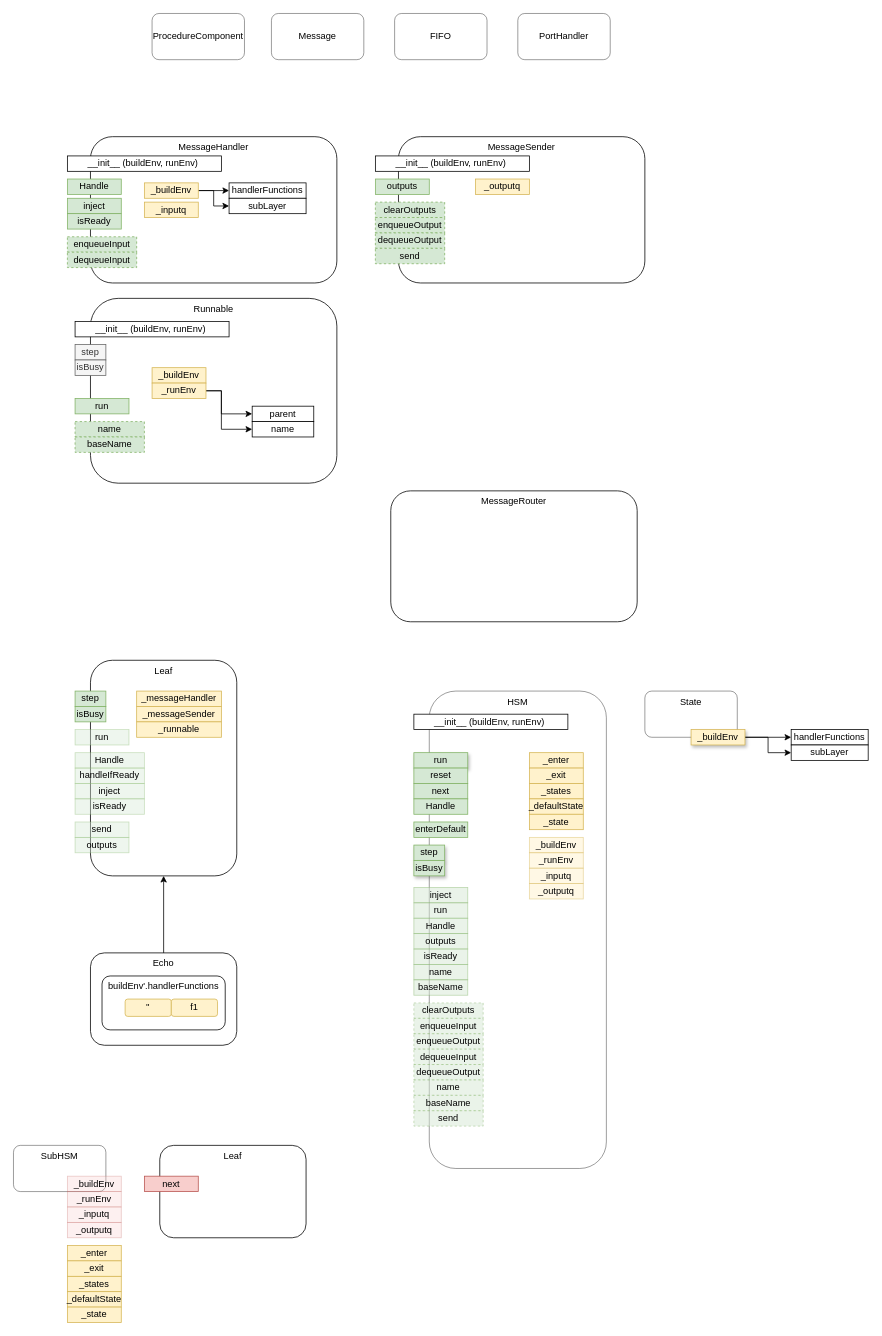
Earlier version of the draw.io diagram asc.drawio (guitarvydas/asc3). Source tidied: cells renumbered, new cells numbered last; positions are measured from the earlier drawing's top-left corner, leaving out a move shared by most shapes. Both pictures are drawn from the tidied source at 77%, with x=0, y=0 at pixel (13, 13).
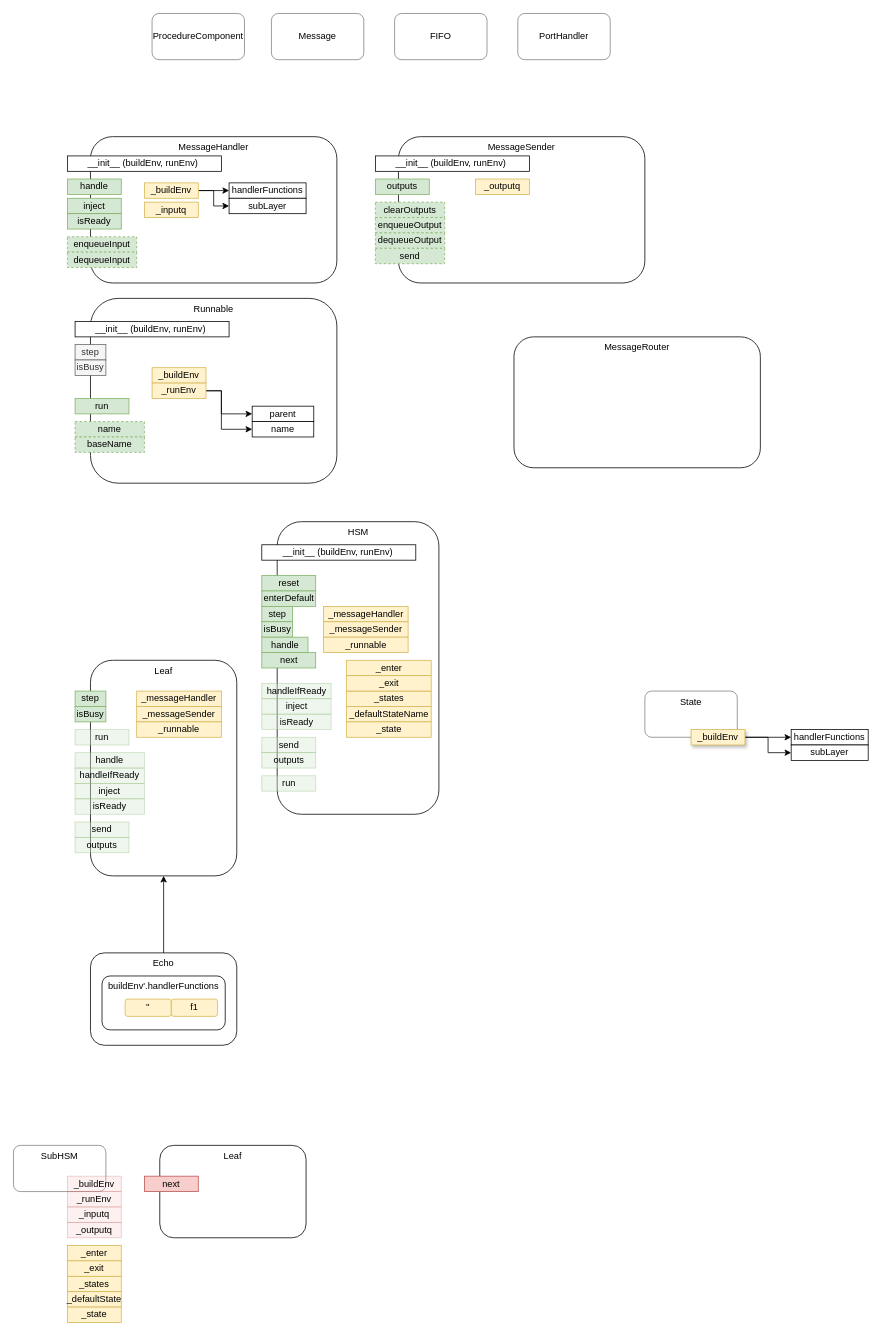
The same page after the edit.

Commit message (it also covers changes not shown here):
lower-case handle

Change to the diagram source:
```diff
@@
+    <mxCell id="35" value="HSM" style="rounded=1;whiteSpace=wrap;html=1;verticalAlign=top;" parent="1" vertex="1">
+      <mxGeometry x="342.5" y="660" width="210" height="380" as="geometry" />
+    </mxCell>
@@
-    <mxCell id="11" value="Handle" style="rounded=0;whiteSpace=wrap;html=1;verticalAlign=middle;align=center;fillColor=#d5e8d4;strokeColor=#82b366;" parent="1" vertex="1">
+    <mxCell id="11" value="handle" style="rounded=0;whiteSpace=wrap;html=1;verticalAlign=middle;align=center;fillColor=#d5e8d4;strokeColor=#82b366;" parent="1" vertex="1">
       <mxGeometry x="70" y="215" width="70" height="20" as="geometry" />
     </mxCell>
@@
-    <mxCell id="35" value="HSM" style="rounded=1;whiteSpace=wrap;html=1;opacity=50;align=center;verticalAlign=top;" parent="1" vertex="1">
-      <mxGeometry x="540" y="880" width="230" height="620" as="geometry" />
-    </mxCell>
@@
     <mxCell id="39" value="__init__ (buildEnv, runEnv)&amp;nbsp;" style="rounded=0;whiteSpace=wrap;html=1;verticalAlign=middle;align=center;" parent="1" vertex="1">
-      <mxGeometry x="520" y="910" width="200" height="20" as="geometry" />
+      <mxGeometry x="322.5" y="690" width="200" height="20" as="geometry" />
     </mxCell>
@@
     <mxCell id="42" value="_states" style="rounded=0;whiteSpace=wrap;html=1;verticalAlign=middle;align=center;fillColor=#fff2cc;strokeColor=#d6b656;" parent="1" vertex="1">
-      <mxGeometry x="670" y="1000" width="70" height="20" as="geometry" />
+      <mxGeometry x="432.5" y="880" width="110" height="20" as="geometry" />
     </mxCell>
-    <mxCell id="43" value="_defaultState" style="rounded=0;whiteSpace=wrap;html=1;verticalAlign=middle;align=center;fillColor=#fff2cc;strokeColor=#d6b656;" parent="1" vertex="1">
-      <mxGeometry x="670" y="1020" width="70" height="20" as="geometry" />
+    <mxCell id="43" value="_defaultStateName" style="rounded=0;whiteSpace=wrap;html=1;verticalAlign=middle;align=center;fillColor=#fff2cc;strokeColor=#d6b656;" parent="1" vertex="1">
+      <mxGeometry x="432.5" y="900" width="110" height="20" as="geometry" />
     </mxCell>
     <mxCell id="44" value="_state" style="rounded=0;whiteSpace=wrap;html=1;verticalAlign=middle;align=center;fillColor=#fff2cc;strokeColor=#d6b656;" parent="1" vertex="1">
-      <mxGeometry x="670" y="1040" width="70" height="20" as="geometry" />
+      <mxGeometry x="432.5" y="920" width="110" height="20" as="geometry" />
     </mxCell>
     <mxCell id="45" value="_enter" style="rounded=0;whiteSpace=wrap;html=1;verticalAlign=middle;align=center;fillColor=#fff2cc;strokeColor=#d6b656;" parent="1" vertex="1">
-      <mxGeometry x="670" y="960" width="70" height="20" as="geometry" />
+      <mxGeometry x="432.5" y="840" width="110" height="20" as="geometry" />
     </mxCell>
     <mxCell id="46" value="_exit" style="rounded=0;whiteSpace=wrap;html=1;verticalAlign=middle;align=center;fillColor=#fff2cc;strokeColor=#d6b656;" parent="1" vertex="1">
-      <mxGeometry x="670" y="980" width="70" height="20" as="geometry" />
+      <mxGeometry x="432.5" y="860" width="110" height="20" as="geometry" />
     </mxCell>
-    <mxCell id="47" value="run" style="rounded=0;whiteSpace=wrap;html=1;verticalAlign=middle;align=center;fillColor=#d5e8d4;strokeColor=#82b366;shadow=1;" parent="1" vertex="1">
-      <mxGeometry x="520" y="960" width="70" height="20" as="geometry" />
-    </mxCell>
     <mxCell id="48" value="reset" style="rounded=0;whiteSpace=wrap;html=1;verticalAlign=middle;align=center;fillColor=#d5e8d4;strokeColor=#82b366;" parent="1" vertex="1">
-      <mxGeometry x="520" y="980" width="70" height="20" as="geometry" />
+      <mxGeometry x="322.5" y="730" width="70" height="20" as="geometry" />
     </mxCell>
     <mxCell id="49" value="next" style="rounded=0;whiteSpace=wrap;html=1;verticalAlign=middle;align=center;fillColor=#d5e8d4;strokeColor=#82b366;" parent="1" vertex="1">
-      <mxGeometry x="520" y="1000" width="70" height="20" as="geometry" />
+      <mxGeometry x="322.5" y="830" width="70" height="20" as="geometry" />
     </mxCell>
-    <mxCell id="50" value="Handle" style="rounded=0;whiteSpace=wrap;html=1;verticalAlign=middle;align=center;fillColor=#d5e8d4;strokeColor=#82b366;" parent="1" vertex="1">
-      <mxGeometry x="520" y="1020" width="70" height="20" as="geometry" />
-    </mxCell>
     <mxCell id="51" value="enterDefault" style="rounded=0;whiteSpace=wrap;html=1;verticalAlign=middle;align=center;fillColor=#d5e8d4;strokeColor=#82b366;" parent="1" vertex="1">
-      <mxGeometry x="520" y="1050" width="70" height="20" as="geometry" />
+      <mxGeometry x="322.5" y="750" width="70" height="20" as="geometry" />
     </mxCell>
-    <mxCell id="52" value="step" style="rounded=0;whiteSpace=wrap;html=1;verticalAlign=middle;align=center;fillColor=#d5e8d4;strokeColor=#82b366;shadow=1;" parent="1" vertex="1">
-      <mxGeometry x="520" y="1080" width="40" height="20" as="geometry" />
-    </mxCell>
-    <mxCell id="53" value="isBusy" style="rounded=0;whiteSpace=wrap;html=1;verticalAlign=middle;align=center;fillColor=#d5e8d4;strokeColor=#82b366;shadow=1;" parent="1" vertex="1">
-      <mxGeometry x="520" y="1100" width="40" height="20" as="geometry" />
-    </mxCell>
@@
-    <mxCell id="68" value="inject" style="rounded=0;whiteSpace=wrap;html=1;verticalAlign=middle;align=center;fillColor=#d5e8d4;strokeColor=#82b366;opacity=50;" parent="1" vertex="1">
-      <mxGeometry x="520" y="1135" width="70" height="20" as="geometry" />
-    </mxCell>
-    <mxCell id="69" value="run" style="rounded=0;whiteSpace=wrap;html=1;verticalAlign=middle;align=center;fillColor=#d5e8d4;strokeColor=#82b366;opacity=50;" parent="1" vertex="1">
-      <mxGeometry x="520" y="1155" width="70" height="20" as="geometry" />
-    </mxCell>
-    <mxCell id="70" value="Handle" style="rounded=0;whiteSpace=wrap;html=1;verticalAlign=middle;align=center;fillColor=#d5e8d4;strokeColor=#82b366;opacity=50;" parent="1" vertex="1">
-      <mxGeometry x="520" y="1175" width="70" height="20" as="geometry" />
-    </mxCell>
-    <mxCell id="71" value="outputs" style="rounded=0;whiteSpace=wrap;html=1;verticalAlign=middle;align=center;fillColor=#d5e8d4;strokeColor=#82b366;opacity=50;" parent="1" vertex="1">
-      <mxGeometry x="520" y="1195" width="70" height="20" as="geometry" />
-    </mxCell>
-    <mxCell id="72" value="isReady" style="rounded=0;whiteSpace=wrap;html=1;verticalAlign=middle;align=center;fillColor=#d5e8d4;strokeColor=#82b366;opacity=50;" parent="1" vertex="1">
-      <mxGeometry x="520" y="1215" width="70" height="20" as="geometry" />
-    </mxCell>
-    <mxCell id="73" value="name" style="rounded=0;whiteSpace=wrap;html=1;verticalAlign=middle;align=center;fillColor=#d5e8d4;strokeColor=#82b366;opacity=50;" parent="1" vertex="1">
-      <mxGeometry x="520" y="1235" width="70" height="20" as="geometry" />
-    </mxCell>
-    <mxCell id="74" value="baseName" style="rounded=0;whiteSpace=wrap;html=1;verticalAlign=middle;align=center;fillColor=#d5e8d4;strokeColor=#82b366;opacity=50;" parent="1" vertex="1">
-      <mxGeometry x="520" y="1255" width="70" height="20" as="geometry" />
-    </mxCell>
-    <mxCell id="75" value="clearOutputs" style="rounded=0;whiteSpace=wrap;html=1;verticalAlign=middle;align=center;fillColor=#d5e8d4;strokeColor=#82b366;dashed=1;opacity=50;" parent="1" vertex="1">
-      <mxGeometry x="520" y="1285" width="90" height="20" as="geometry" />
-    </mxCell>
-    <mxCell id="76" value="enqueueInput" style="rounded=0;whiteSpace=wrap;html=1;verticalAlign=middle;align=center;fillColor=#d5e8d4;strokeColor=#82b366;dashed=1;opacity=50;" parent="1" vertex="1">
-      <mxGeometry x="520" y="1305" width="90" height="20" as="geometry" />
-    </mxCell>
-    <mxCell id="77" value="enqueueOutput" style="rounded=0;whiteSpace=wrap;html=1;verticalAlign=middle;align=center;fillColor=#d5e8d4;strokeColor=#82b366;dashed=1;opacity=50;" parent="1" vertex="1">
-      <mxGeometry x="520" y="1325" width="90" height="20" as="geometry" />
-    </mxCell>
-    <mxCell id="78" value="dequeueInput" style="rounded=0;whiteSpace=wrap;html=1;verticalAlign=middle;align=center;fillColor=#d5e8d4;strokeColor=#82b366;dashed=1;opacity=50;" parent="1" vertex="1">
-      <mxGeometry x="520" y="1345" width="90" height="20" as="geometry" />
-    </mxCell>
-    <mxCell id="79" value="dequeueOutput" style="rounded=0;whiteSpace=wrap;html=1;verticalAlign=middle;align=center;fillColor=#d5e8d4;strokeColor=#82b366;dashed=1;opacity=50;" parent="1" vertex="1">
-      <mxGeometry x="520" y="1365" width="90" height="20" as="geometry" />
-    </mxCell>
-    <mxCell id="80" value="name" style="rounded=0;whiteSpace=wrap;html=1;verticalAlign=middle;align=center;fillColor=#d5e8d4;strokeColor=#82b366;dashed=1;opacity=50;" parent="1" vertex="1">
-      <mxGeometry x="520" y="1385" width="90" height="20" as="geometry" />
-    </mxCell>
-    <mxCell id="81" value="baseName" style="rounded=0;whiteSpace=wrap;html=1;verticalAlign=middle;align=center;fillColor=#d5e8d4;strokeColor=#82b366;dashed=1;opacity=50;" parent="1" vertex="1">
-      <mxGeometry x="520" y="1405" width="90" height="20" as="geometry" />
-    </mxCell>
-    <mxCell id="82" value="send" style="rounded=0;whiteSpace=wrap;html=1;verticalAlign=middle;align=center;fillColor=#d5e8d4;strokeColor=#82b366;dashed=1;opacity=50;" parent="1" vertex="1">
-      <mxGeometry x="520" y="1425" width="90" height="20" as="geometry" />
-    </mxCell>
-    <mxCell id="83" value="_buildEnv" style="rounded=0;whiteSpace=wrap;html=1;verticalAlign=middle;align=center;fillColor=#fff2cc;strokeColor=#d6b656;opacity=50;" parent="1" vertex="1">
-      <mxGeometry x="670" y="1070" width="70" height="20" as="geometry" />
-    </mxCell>
-    <mxCell id="84" value="_runEnv" style="rounded=0;whiteSpace=wrap;html=1;verticalAlign=middle;align=center;fillColor=#fff2cc;strokeColor=#d6b656;opacity=50;" parent="1" vertex="1">
-      <mxGeometry x="670" y="1090" width="70" height="20" as="geometry" />
-    </mxCell>
-    <mxCell id="85" value="_inputq" style="rounded=0;whiteSpace=wrap;html=1;verticalAlign=middle;align=center;fillColor=#fff2cc;strokeColor=#d6b656;opacity=50;" parent="1" vertex="1">
-      <mxGeometry x="670" y="1110" width="70" height="20" as="geometry" />
-    </mxCell>
-    <mxCell id="86" value="_outputq" style="rounded=0;whiteSpace=wrap;html=1;verticalAlign=middle;align=center;fillColor=#fff2cc;strokeColor=#d6b656;opacity=50;" parent="1" vertex="1">
-      <mxGeometry x="670" y="1130" width="70" height="20" as="geometry" />
-    </mxCell>
@@
     <mxCell id="94" value="MessageRouter" style="rounded=1;whiteSpace=wrap;html=1;verticalAlign=top;" parent="1" vertex="1">
-      <mxGeometry x="490" y="620" width="320" height="170" as="geometry" />
+      <mxGeometry x="650" y="420" width="320" height="170" as="geometry" />
     </mxCell>
@@
-    <mxCell id="98" value="Handle" style="rounded=0;whiteSpace=wrap;html=1;verticalAlign=middle;align=center;fillColor=#d5e8d4;strokeColor=#82b366;opacity=40;" parent="1" vertex="1">
+    <mxCell id="98" value="handle" style="rounded=0;whiteSpace=wrap;html=1;verticalAlign=middle;align=center;fillColor=#d5e8d4;strokeColor=#82b366;opacity=40;" parent="1" vertex="1">
       <mxGeometry x="80" y="960" width="90" height="20" as="geometry" />
     </mxCell>
@@
+    <mxCell id="52" value="step" style="rounded=0;whiteSpace=wrap;html=1;verticalAlign=middle;align=center;fillColor=#d5e8d4;strokeColor=#82b366;shadow=0;" parent="1" vertex="1">
+      <mxGeometry x="322.5" y="770" width="40" height="20" as="geometry" />
+    </mxCell>
+    <mxCell id="53" value="isBusy" style="rounded=0;whiteSpace=wrap;html=1;verticalAlign=middle;align=center;fillColor=#d5e8d4;strokeColor=#82b366;shadow=0;" parent="1" vertex="1">
+      <mxGeometry x="322.5" y="790" width="40" height="20" as="geometry" />
+    </mxCell>
+    <mxCell id="110" value="run" style="rounded=0;whiteSpace=wrap;html=1;verticalAlign=middle;align=center;fillColor=#d5e8d4;strokeColor=#82b366;opacity=40;" parent="1" vertex="1">
+      <mxGeometry x="322.5" y="990" width="70" height="20" as="geometry" />
+    </mxCell>
+    <mxCell id="111" value="handle" style="rounded=0;whiteSpace=wrap;html=1;verticalAlign=middle;align=center;fillColor=#d5e8d4;strokeColor=#82b366;" parent="1" vertex="1">
+      <mxGeometry x="322.5" y="810" width="60" height="20" as="geometry" />
+    </mxCell>
+    <mxCell id="112" value="handleIfReady" style="rounded=0;whiteSpace=wrap;html=1;verticalAlign=middle;align=center;fillColor=#d5e8d4;strokeColor=#82b366;opacity=40;" parent="1" vertex="1">
+      <mxGeometry x="322.5" y="870" width="90" height="20" as="geometry" />
+    </mxCell>
+    <mxCell id="68" value="inject" style="rounded=0;whiteSpace=wrap;html=1;verticalAlign=middle;align=center;fillColor=#d5e8d4;strokeColor=#82b366;opacity=40;" parent="1" vertex="1">
+      <mxGeometry x="322.5" y="890" width="90" height="20" as="geometry" />
+    </mxCell>
+    <mxCell id="72" value="isReady" style="rounded=0;whiteSpace=wrap;html=1;verticalAlign=middle;align=center;fillColor=#d5e8d4;strokeColor=#82b366;opacity=40;" parent="1" vertex="1">
+      <mxGeometry x="322.5" y="910" width="90" height="20" as="geometry" />
+    </mxCell>
+    <mxCell id="82" value="send" style="rounded=0;whiteSpace=wrap;html=1;verticalAlign=middle;align=center;fillColor=#d5e8d4;strokeColor=#82b366;opacity=40;" parent="1" vertex="1">
+      <mxGeometry x="322.5" y="940" width="70" height="20" as="geometry" />
+    </mxCell>
+    <mxCell id="71" value="outputs" style="rounded=0;whiteSpace=wrap;html=1;verticalAlign=middle;align=center;fillColor=#d5e8d4;strokeColor=#82b366;opacity=40;" parent="1" vertex="1">
+      <mxGeometry x="322.5" y="960" width="70" height="20" as="geometry" />
+    </mxCell>
+    <mxCell id="113" value="_messageHandler" style="rounded=0;whiteSpace=wrap;html=1;verticalAlign=middle;align=center;fillColor=#fff2cc;strokeColor=#d6b656;" parent="1" vertex="1">
+      <mxGeometry x="402.5" y="770" width="110" height="20" as="geometry" />
+    </mxCell>
+    <mxCell id="114" value="_messageSender" style="rounded=0;whiteSpace=wrap;html=1;verticalAlign=middle;align=center;fillColor=#fff2cc;strokeColor=#d6b656;" parent="1" vertex="1">
+      <mxGeometry x="402.5" y="790" width="110" height="20" as="geometry" />
+    </mxCell>
+    <mxCell id="115" value="_runnable" style="rounded=0;whiteSpace=wrap;html=1;verticalAlign=middle;align=center;fillColor=#fff2cc;strokeColor=#d6b656;" parent="1" vertex="1">
+      <mxGeometry x="402.5" y="810" width="110" height="20" as="geometry" />
+    </mxCell>
```
